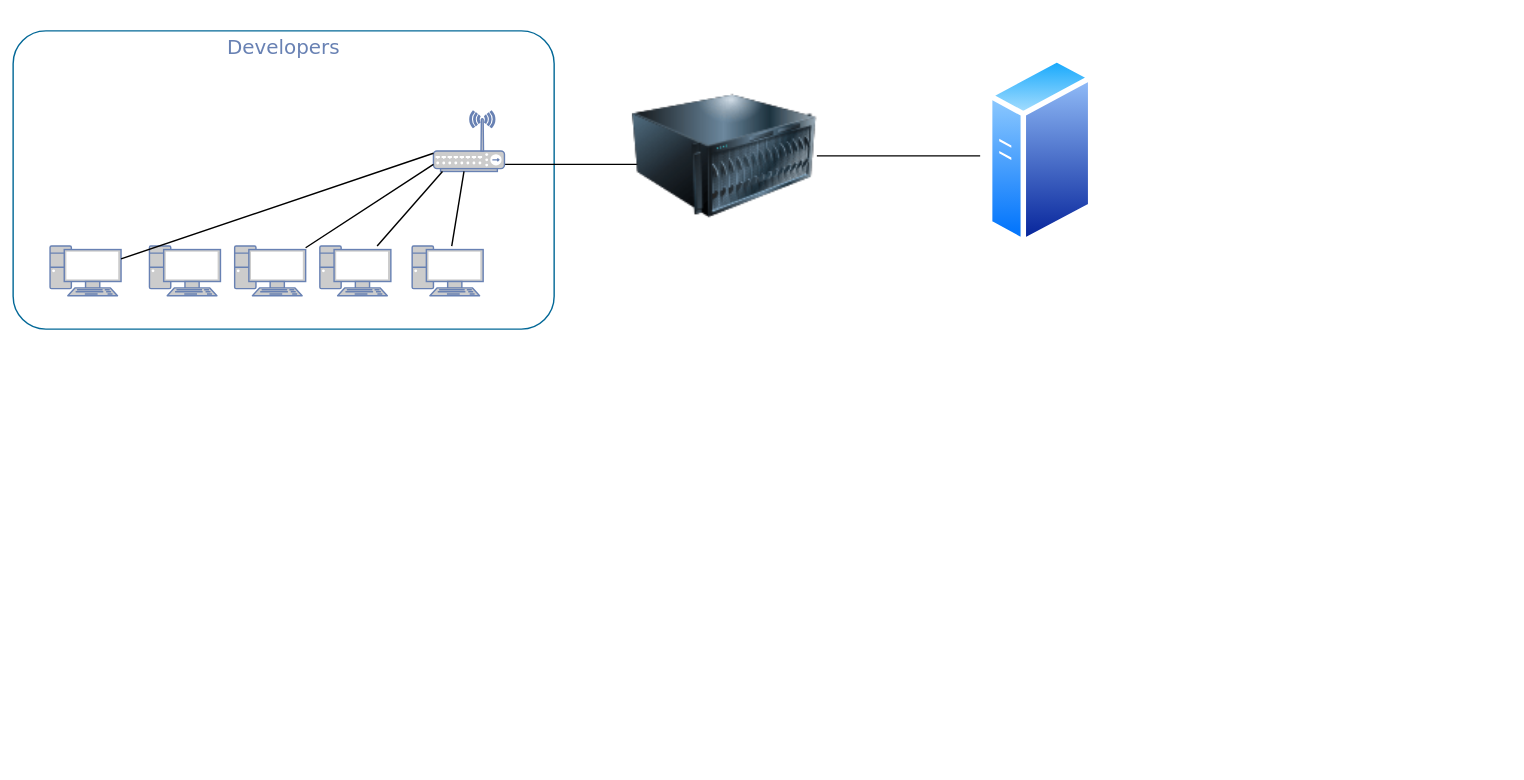
Earlier version of the draw.io diagram Untitled Diagram.drawio (mbetancourt82/mbetancourt). Source tidied: cells renumbered, new cells numbered last; positions are measured from the earlier drawing's top-left corner, leaving out a move shared by most shapes. Both pictures are drawn from the tidied source at 71%, with x=0, y=0 at pixel (13, 31).
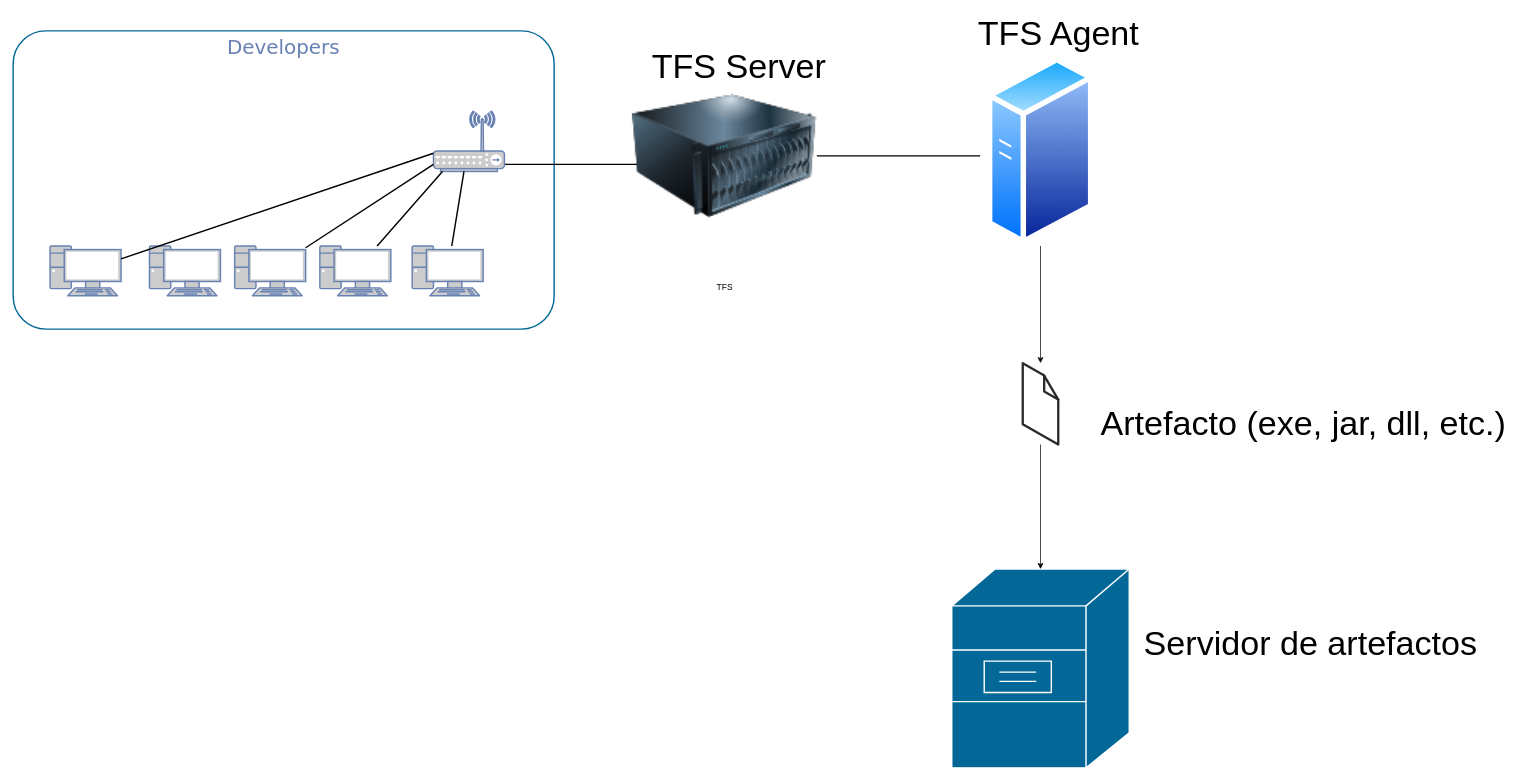
The same diagram, later.

Unchanged cells that the change refers to:
```xml
<mxCell id="16" style="perimeter=ellipsePerimeter;html=1;align=center;shadow=0;dashed=0;spacingTop=3;image;image=img/lib/active_directory/generic_server.svg;" parent="1" vertex="1">
  <mxGeometry x="1372" y="35.1" width="150" height="267.9" as="geometry" />
</mxCell>
```

The edit, as a diff of the source:
```diff
@@
-    <mxCell id="15" style="image;html=1;image=img/lib/clip_art/computers/Server_128x128.png;" parent="1" vertex="1">
+    <mxCell id="15" value="TFS" style="image;html=1;image=img/lib/clip_art/computers/Server_128x128.png;" parent="1" vertex="1">
       <mxGeometry x="872" y="4" width="260" height="344" as="geometry" />
     </mxCell>
+    <mxCell id="17" style="edgeStyle=orthogonalEdgeStyle;rounded=0;jettySize=auto;html=1;" parent="1" edge="1" source="16" target="22">
+      <mxGeometry relative="1" as="geometry" />
+    </mxCell>
@@
+    <mxCell id="18" value="&lt;font style=&quot;font-size: 48px&quot;&gt;TFS Server&lt;/font&gt;" style="text;html=1;align=center;verticalAlign=middle;strokeColor=none;" parent="1" vertex="1">
+      <mxGeometry x="892" y="35.1" width="260" height="30" as="geometry" />
+    </mxCell>
+    <mxCell id="19" value="&lt;font style=&quot;font-size: 48px&quot;&gt;TFS Agent&lt;/font&gt;" style="text;html=1;align=center;verticalAlign=middle;strokeColor=none;" parent="1" vertex="1">
+      <mxGeometry x="1352" y="-12" width="240" height="30" as="geometry" />
+    </mxCell>
+    <mxCell id="20" style="shape=mxgraph.cisco.servers.file_server;html=1;dashed=0;fillColor=#036897;strokeColor=#ffffff;strokeWidth=2;verticalLabelPosition=bottom;verticalAlign=top;align=center;outlineConnect=0;" parent="1" vertex="1">
+      <mxGeometry x="1322" y="758" width="250" height="280" as="geometry" />
+    </mxCell>
+    <mxCell id="21" style="edgeStyle=orthogonalEdgeStyle;rounded=0;jettySize=auto;html=1;" parent="1" edge="1" source="22" target="20">
+      <mxGeometry relative="1" as="geometry" />
+    </mxCell>
+    <mxCell id="22" style="verticalLabelPosition=bottom;html=1;verticalAlign=top;strokeWidth=1;align=center;outlineConnect=0;dashed=0;outlineConnect=0;shape=mxgraph.aws3d.file;strokeColor=#292929;" parent="1" vertex="1">
+      <mxGeometry x="1422" y="468" width="50" height="114.6" as="geometry" />
+    </mxCell>
+    <mxCell id="23" value="&lt;span style=&quot;font-size: 48px&quot;&gt;Artefacto (exe, jar, dll, etc.)&lt;/span&gt;" style="text;html=1;align=center;verticalAlign=middle;strokeColor=none;" parent="1" vertex="1">
+      <mxGeometry x="1522" y="538" width="590" height="30" as="geometry" />
+    </mxCell>
+    <mxCell id="24" value="&lt;span style=&quot;font-size: 48px&quot;&gt;Servidor de artefactos&lt;/span&gt;" style="text;html=1;align=center;verticalAlign=middle;strokeColor=none;" parent="1" vertex="1">
+      <mxGeometry x="1582" y="848" width="490" height="30" as="geometry" />
+    </mxCell>
```
